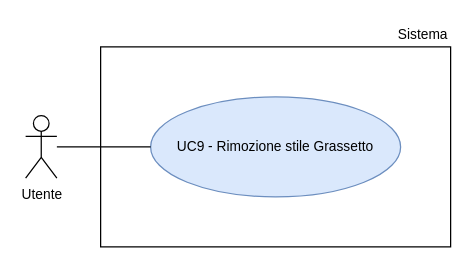
The draw.io diagram RTB/doc_esterna/analisi-dei-requisiti/assets/draw.io/UC9.drawio in thebitless-group-swe/thebitless.github.io, before the edit. Source tidied: cells renumbered, new cells numbered last; positions are measured from the earlier drawing's top-left corner, leaving out a move shared by most shapes. Both pictures are drawn from the tidied source at 125%, with x=0, y=0 at pixel (25, 21).
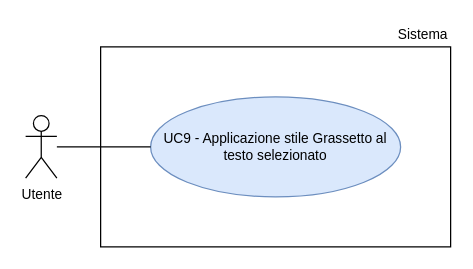
The same page after the edit.

The edit, as a diff of the source:
```diff
@@
 <mxGraphModel>
   <root>
     <mxCell id="0" />
     <mxCell id="1" parent="0" />
     <mxCell id="2" value="Utente" style="shape=umlActor;verticalLabelPosition=bottom;verticalAlign=top;html=1;outlineConnect=0;fontSize=11;" parent="1" vertex="1">
       <mxGeometry y="75" width="25" height="50" as="geometry" />
     </mxCell>
     <mxCell id="3" style="rounded=0;whiteSpace=wrap;html=1;strokeWidth=1;" parent="1" vertex="1">
       <mxGeometry x="60" y="20" width="280" height="160" as="geometry" />
     </mxCell>
     <mxCell id="4" value="Sistema" style="text;html=1;whiteSpace=wrap;strokeColor=none;fillColor=none;align=right;verticalAlign=middle;fontSize=11;" parent="1" vertex="1">
       <mxGeometry x="270" width="70" height="20" as="geometry" />
     </mxCell>
-    <mxCell id="5" value="UC9 - Rimozione stile Grassetto" style="ellipse;whiteSpace=wrap;html=1;fillColor=#dae8fc;strokeColor=#6c8ebf;fontSize=11;" parent="1" vertex="1">
+    <mxCell id="5" value="UC9 - Applicazione stile Grassetto al testo selezionato" style="ellipse;whiteSpace=wrap;html=1;fillColor=#dae8fc;strokeColor=#6c8ebf;fontSize=11;" parent="1" vertex="1">
       <mxGeometry x="100" y="60" width="200" height="80" as="geometry" />
     </mxCell>
     <mxCell id="6" style="edgeStyle=none;rounded=0;jettySize=auto;html=1;endArrow=none;endFill=0;" parent="1" edge="1" source="2" target="5">
       <mxGeometry relative="1" as="geometry" />
     </mxCell>
   </root>
 </mxGraphModel>
```
